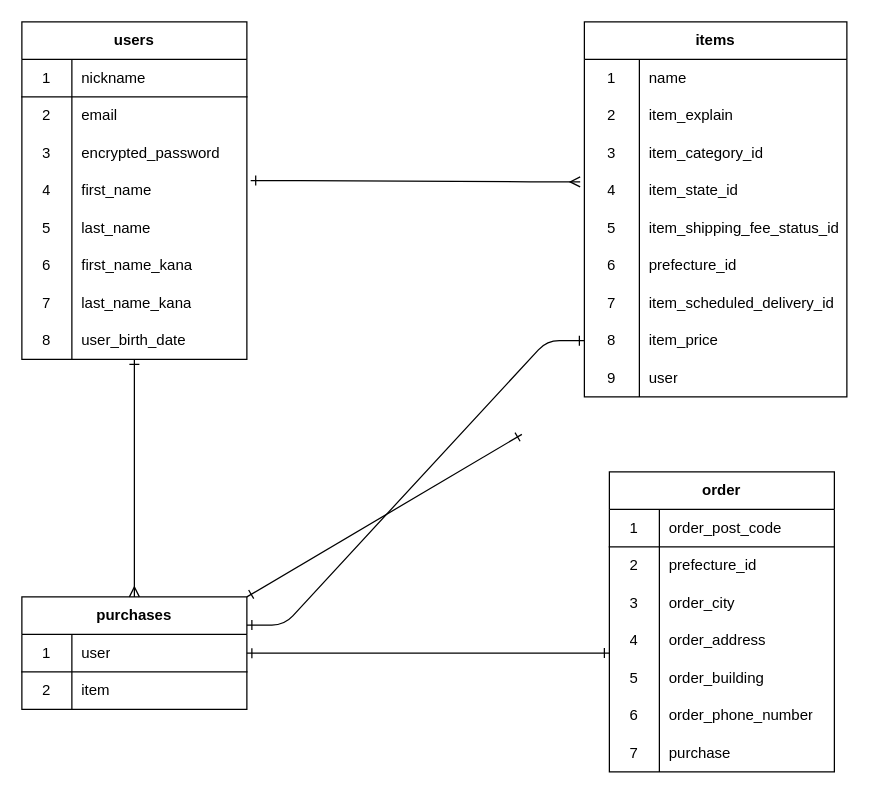
This is furima-34479.dio from fKyhi/furima-34479, a draw.io file, before an edit. Source tidied: cells renumbered, new cells numbered last; positions are measured from the earlier drawing's top-left corner, leaving out a move shared by most shapes. Both pictures are drawn from the tidied source at 125%, with x=0, y=0 at pixel (21, 21).
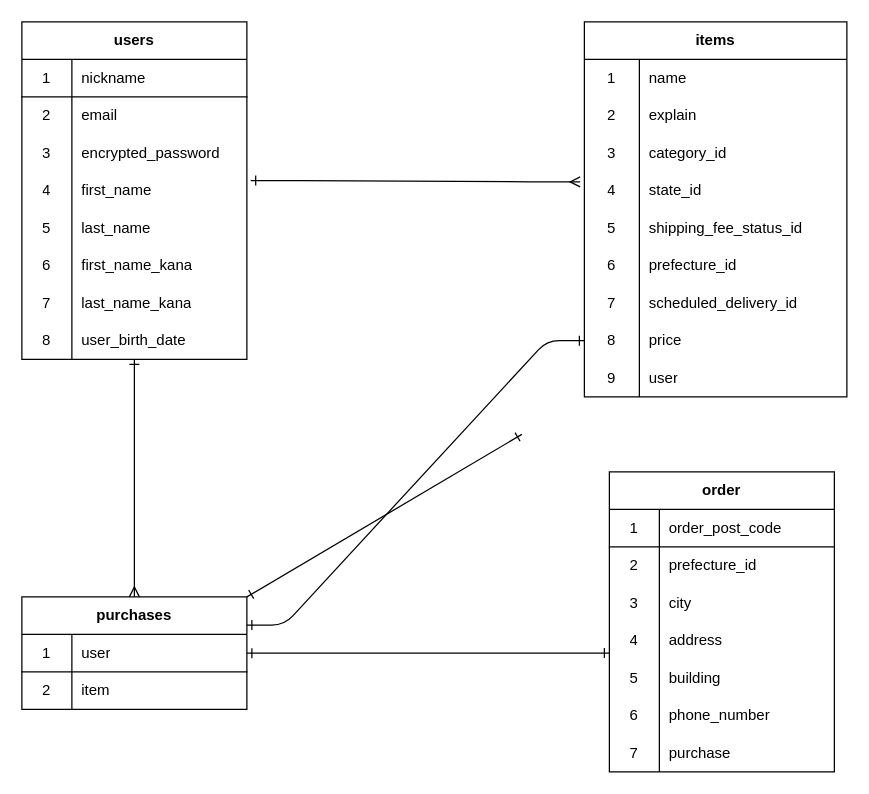
The same diagram, later.

The change refers to these unchanged cells:
```xml
<mxCell id="31" style="shape=partialRectangle;html=1;whiteSpace=wrap;fillColor=none;top=0;left=0;bottom=0;right=0;" parent="27" vertex="1">
  <mxGeometry y="60" width="210" height="30" as="geometry" />
</mxCell>
<mxCell id="34" style="shape=partialRectangle;html=1;whiteSpace=wrap;fillColor=none;top=0;left=0;bottom=0;right=0;" parent="27" vertex="1">
  <mxGeometry y="90" width="210" height="30" as="geometry" />
</mxCell>
<mxCell id="37" style="shape=partialRectangle;html=1;whiteSpace=wrap;fillColor=none;top=0;left=0;bottom=0;right=0;points=[[0,0.5],[1,0.5]];portConstraint=eastwest;" parent="27" vertex="1">
  <mxGeometry y="120" width="210" height="30" as="geometry" />
</mxCell>
<mxCell id="40" style="shape=partialRectangle;html=1;whiteSpace=wrap;fillColor=none;top=0;left=0;bottom=0;right=0;" parent="27" vertex="1">
  <mxGeometry y="150" width="210" height="30" as="geometry" />
</mxCell>
<mxCell id="46" style="shape=partialRectangle;html=1;whiteSpace=wrap;fillColor=none;top=0;left=0;bottom=0;right=0;" parent="27" vertex="1">
  <mxGeometry y="210" width="210" height="30" as="geometry" />
</mxCell>
<mxCell id="49" style="shape=partialRectangle;html=1;whiteSpace=wrap;fillColor=none;top=0;left=0;bottom=0;right=0;points=[[0,0.5],[1,0.5]];portConstraint=eastwest;" parent="27" vertex="1">
  <mxGeometry y="240" width="210" height="30" as="geometry" />
</mxCell>
<mxCell id="71" style="shape=partialRectangle;html=1;whiteSpace=wrap;fillColor=none;top=0;left=0;bottom=0;right=0;" parent="64" vertex="1">
  <mxGeometry y="90" width="180" height="30" as="geometry" />
</mxCell>
<mxCell id="74" style="shape=partialRectangle;html=1;whiteSpace=wrap;fillColor=none;top=0;left=0;bottom=0;right=0;points=[[0,0.5],[1,0.5]];portConstraint=eastwest;" parent="64" vertex="1">
  <mxGeometry y="120" width="180" height="30" as="geometry" />
</mxCell>
<mxCell id="77" style="shape=partialRectangle;html=1;whiteSpace=wrap;fillColor=none;top=0;left=0;bottom=0;right=0;" parent="64" vertex="1">
  <mxGeometry y="150" width="180" height="30" as="geometry" />
</mxCell>
<mxCell id="80" style="shape=partialRectangle;html=1;whiteSpace=wrap;fillColor=none;top=0;left=0;bottom=0;right=0;" parent="64" vertex="1">
  <mxGeometry y="180" width="180" height="30" as="geometry" />
</mxCell>
```

The edit, as a diff of the source:
```diff
@@
-    <mxCell id="33" value="item_explain" style="shape=partialRectangle;html=1;whiteSpace=wrap;fillColor=none;top=0;left=0;bottom=0;right=0;align=left;spacingLeft=6;overflow=hidden;" parent="31" vertex="1">
+    <mxCell id="33" value="explain" style="shape=partialRectangle;html=1;whiteSpace=wrap;fillColor=none;top=0;left=0;bottom=0;right=0;align=left;spacingLeft=6;overflow=hidden;" parent="31" vertex="1">
       <mxGeometry x="44" width="166" height="30" as="geometry" />
     </mxCell>
@@
-    <mxCell id="36" value="item_category_id" style="shape=partialRectangle;html=1;whiteSpace=wrap;fillColor=none;top=0;left=0;bottom=0;right=0;align=left;spacingLeft=6;overflow=hidden;" parent="34" vertex="1">
+    <mxCell id="36" value="category_id" style="shape=partialRectangle;html=1;whiteSpace=wrap;fillColor=none;top=0;left=0;bottom=0;right=0;align=left;spacingLeft=6;overflow=hidden;" parent="34" vertex="1">
       <mxGeometry x="44" width="166" height="30" as="geometry" />
     </mxCell>
@@
-    <mxCell id="39" value="item_state_id" style="shape=partialRectangle;html=1;whiteSpace=wrap;fillColor=none;top=0;left=0;bottom=0;right=0;align=left;spacingLeft=6;overflow=hidden;" parent="37" vertex="1">
+    <mxCell id="39" value="state_id" style="shape=partialRectangle;html=1;whiteSpace=wrap;fillColor=none;top=0;left=0;bottom=0;right=0;align=left;spacingLeft=6;overflow=hidden;" parent="37" vertex="1">
       <mxGeometry x="44" width="166" height="30" as="geometry" />
     </mxCell>
@@
-    <mxCell id="42" value="item_shipping_fee_status_id" style="shape=partialRectangle;html=1;whiteSpace=wrap;fillColor=none;top=0;left=0;bottom=0;right=0;align=left;spacingLeft=6;overflow=hidden;" parent="40" vertex="1">
+    <mxCell id="42" value="shipping_fee_status_id" style="shape=partialRectangle;html=1;whiteSpace=wrap;fillColor=none;top=0;left=0;bottom=0;right=0;align=left;spacingLeft=6;overflow=hidden;" parent="40" vertex="1">
       <mxGeometry x="44" width="166" height="30" as="geometry" />
     </mxCell>
@@
-    <mxCell id="48" value="item_scheduled_delivery_id" style="shape=partialRectangle;html=1;whiteSpace=wrap;fillColor=none;top=0;left=0;bottom=0;right=0;align=left;spacingLeft=6;overflow=hidden;" parent="46" vertex="1">
+    <mxCell id="48" value="scheduled_delivery_id" style="shape=partialRectangle;html=1;whiteSpace=wrap;fillColor=none;top=0;left=0;bottom=0;right=0;align=left;spacingLeft=6;overflow=hidden;" parent="46" vertex="1">
       <mxGeometry x="44" width="166" height="30" as="geometry" />
     </mxCell>
@@
-    <mxCell id="51" value="item_price" style="shape=partialRectangle;html=1;whiteSpace=wrap;fillColor=none;top=0;left=0;bottom=0;right=0;align=left;spacingLeft=6;overflow=hidden;" parent="49" vertex="1">
+    <mxCell id="51" value="price" style="shape=partialRectangle;html=1;whiteSpace=wrap;fillColor=none;top=0;left=0;bottom=0;right=0;align=left;spacingLeft=6;overflow=hidden;" parent="49" vertex="1">
       <mxGeometry x="44" width="166" height="30" as="geometry" />
     </mxCell>
@@
-    <mxCell id="73" value="order_city" style="shape=partialRectangle;html=1;whiteSpace=wrap;fillColor=none;top=0;left=0;bottom=0;right=0;align=left;spacingLeft=6;overflow=hidden;" parent="71" vertex="1">
+    <mxCell id="73" value="city" style="shape=partialRectangle;html=1;whiteSpace=wrap;fillColor=none;top=0;left=0;bottom=0;right=0;align=left;spacingLeft=6;overflow=hidden;" parent="71" vertex="1">
       <mxGeometry x="40" width="140" height="30" as="geometry" />
     </mxCell>
@@
-    <mxCell id="76" value="order_address" style="shape=partialRectangle;html=1;whiteSpace=wrap;fillColor=none;top=0;left=0;bottom=0;right=0;align=left;spacingLeft=6;overflow=hidden;" parent="74" vertex="1">
+    <mxCell id="76" value="address" style="shape=partialRectangle;html=1;whiteSpace=wrap;fillColor=none;top=0;left=0;bottom=0;right=0;align=left;spacingLeft=6;overflow=hidden;" parent="74" vertex="1">
       <mxGeometry x="40" width="140" height="30" as="geometry" />
     </mxCell>
@@
-    <mxCell id="79" value="order_building" style="shape=partialRectangle;html=1;whiteSpace=wrap;fillColor=none;top=0;left=0;bottom=0;right=0;align=left;spacingLeft=6;overflow=hidden;" parent="77" vertex="1">
+    <mxCell id="79" value="building" style="shape=partialRectangle;html=1;whiteSpace=wrap;fillColor=none;top=0;left=0;bottom=0;right=0;align=left;spacingLeft=6;overflow=hidden;" parent="77" vertex="1">
       <mxGeometry x="40" width="140" height="30" as="geometry" />
     </mxCell>
@@
-    <mxCell id="82" value="order_phone_number" style="shape=partialRectangle;html=1;whiteSpace=wrap;fillColor=none;top=0;left=0;bottom=0;right=0;align=left;spacingLeft=6;overflow=hidden;" parent="80" vertex="1">
+    <mxCell id="82" value="phone_number" style="shape=partialRectangle;html=1;whiteSpace=wrap;fillColor=none;top=0;left=0;bottom=0;right=0;align=left;spacingLeft=6;overflow=hidden;" parent="80" vertex="1">
       <mxGeometry x="40" width="140" height="30" as="geometry" />
     </mxCell>
```
